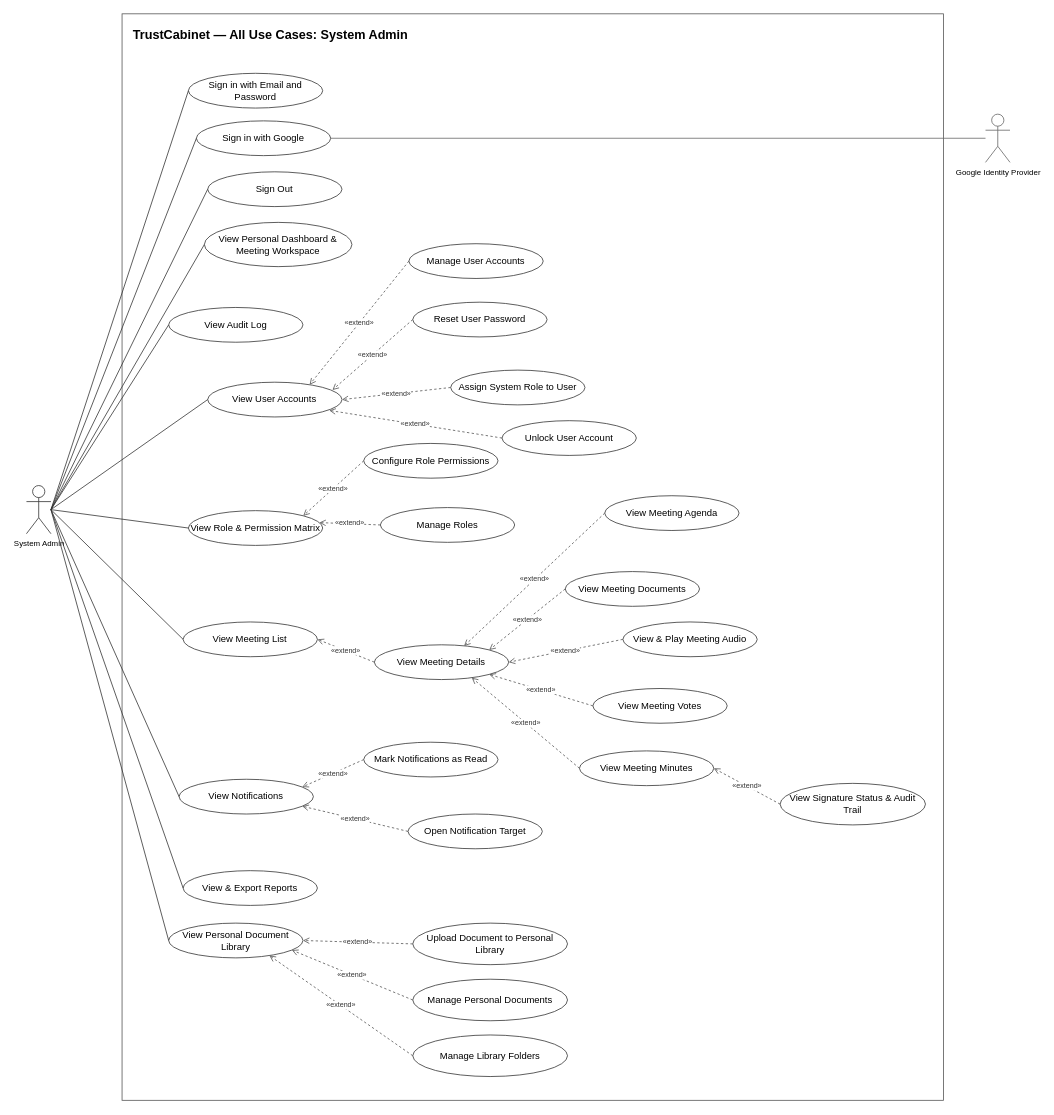
This is page "System Admin" (1 of 7) of docs/14-uc-diagram/trustcabinet-use-cases.drawio from callmehai/FU-FA26-G116, a draw.io file, before an edit. Source tidied: cells renumbered, new cells numbered last; positions are measured from the earlier drawing's top-left corner, leaving out a move shared by most shapes. Both pictures are drawn from the tidied source at 79%, with x=0, y=0 at pixel (26, 13).
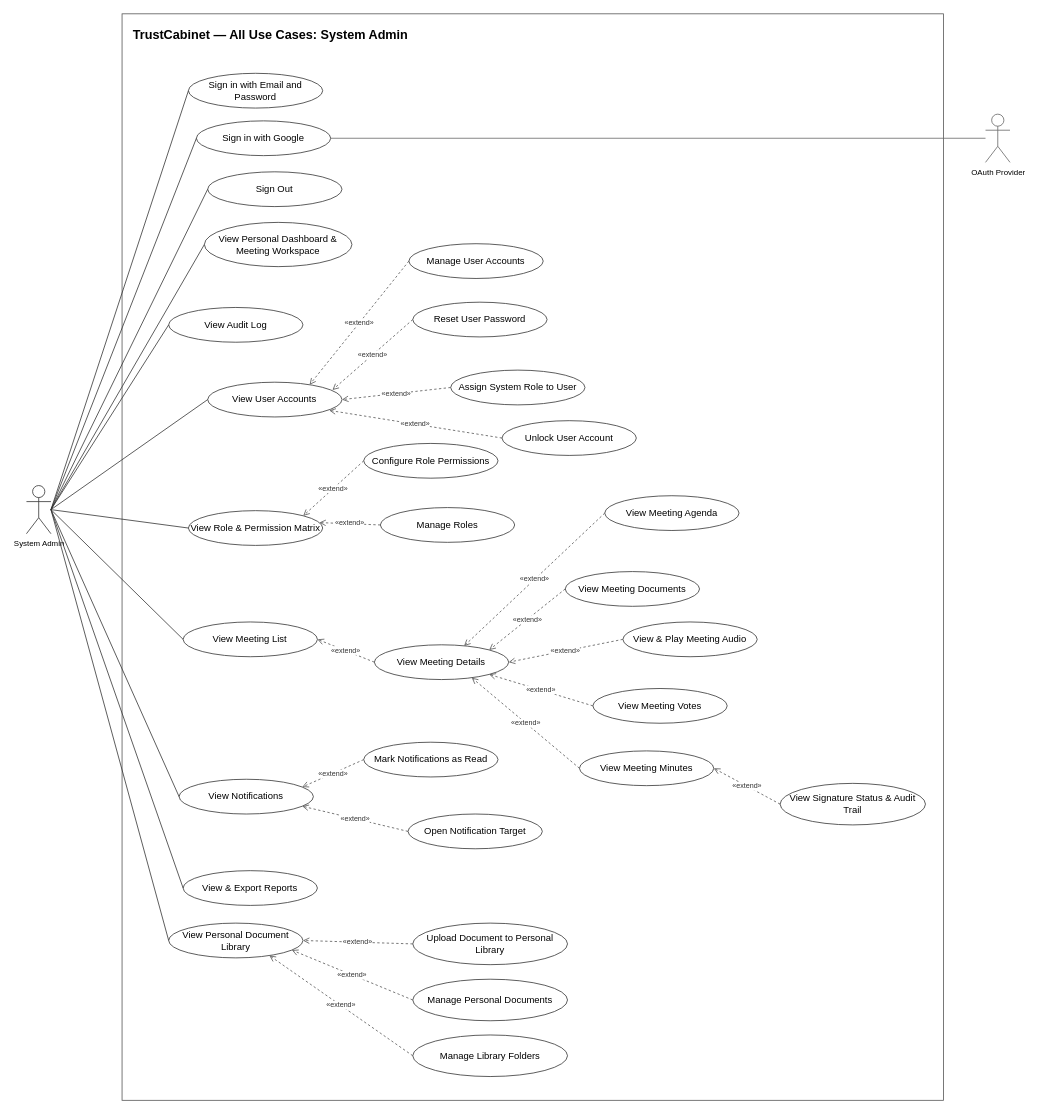
After the change.

What changed in the source:
```diff
@@
-    <mxCell id="62" value="Google Identity Provider" style="shape=umlActor;verticalLabelPosition=bottom;verticalAlign=top;html=1;outlineConnect=0;fillColor=#ffffff;strokeColor=#666666;fontSize=10;" parent="1" vertex="1">
+    <mxCell id="62" value="OAuth Provider" style="shape=umlActor;verticalLabelPosition=bottom;verticalAlign=top;html=1;outlineConnect=0;fillColor=#ffffff;strokeColor=#666666;fontSize=10;" parent="1" vertex="1">
       <mxGeometry x="1214" y="127" width="31" height="61" as="geometry" />
     </mxCell>
```
